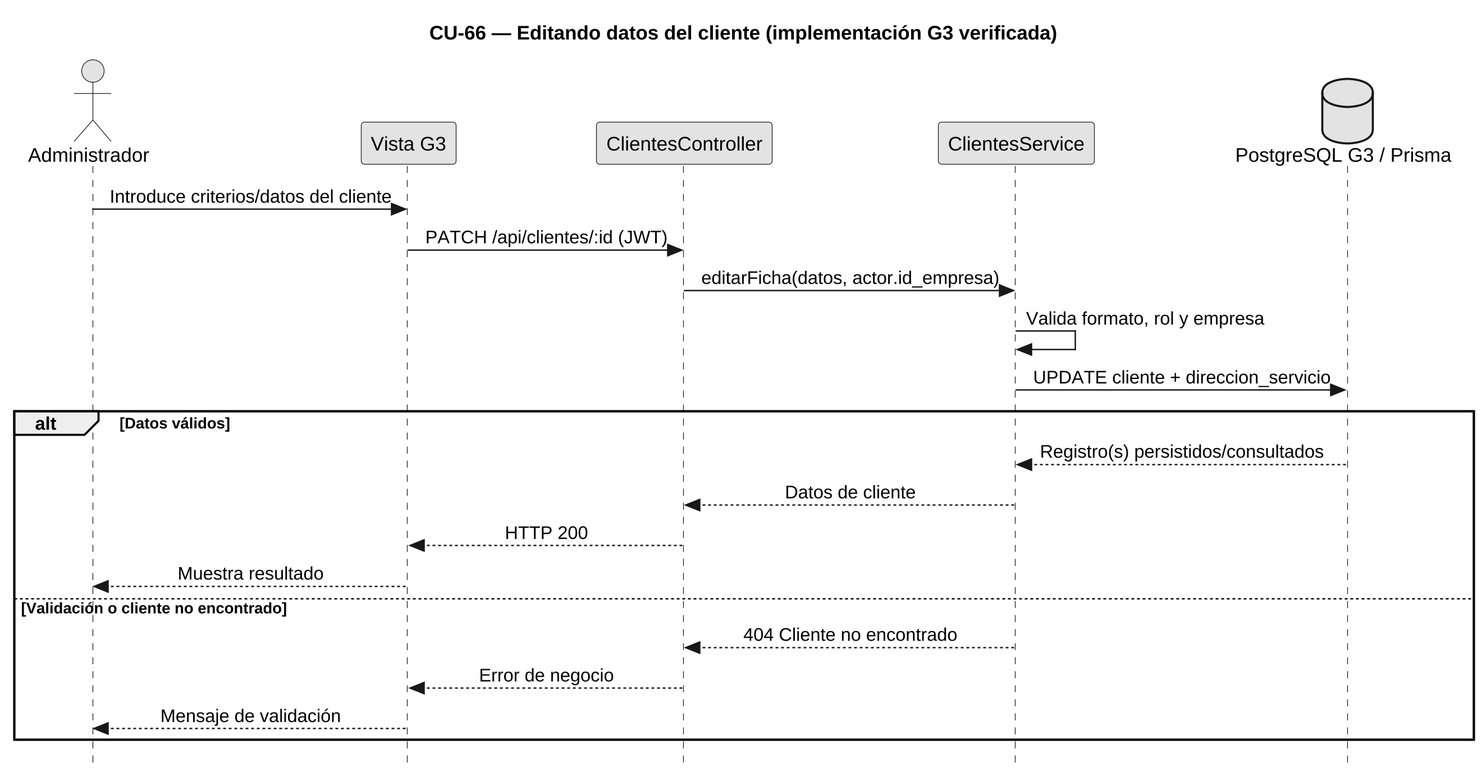
Above: diagramas/incremento3/CU66-g3-secuencia.png in FSM-Finet-y-Cable-Magico/Team_1-Inventario-y-Bodega (PlantUML), before the change. Source of this version:
```plantuml
@startuml
skinparamlocked dpi 240
skinparamlocked defaultFontName Liberation Sans
skinparam sequenceDividerBorderThickness 0.6
skinparam sequenceDividerBorderColor 888888
skinparam sequenceDividerBackgroundColor white
skinparam sequenceDividerFontStyle italic
skinparam sequenceDividerFontColor 444444
skinparam sequenceDividerShadowing false
skinparam style strictuml
skinparam monochrome true
skinparam shadowing false
skinparam sequenceMessageAlign center
hide footbox
title CU-66 — Editando datos del cliente (implementación G3 verificada)
actor Administrador
participant "Vista G3" as V
participant "ClientesController" as C
participant "ClientesService" as S
database "PostgreSQL G3 / Prisma" as DB
Administrador -> V : Introduce criterios/datos del cliente
V -> C : PATCH /api/clientes/:id (JWT)
C -> S : editarFicha(datos, actor.id_empresa)
S -> S : Valida formato, rol y empresa
S -> DB : UPDATE cliente + direccion_servicio
alt Datos válidos
DB --> S : Registro(s) persistidos/consultados
S --> C : Datos de cliente
C --> V : HTTP 200
V --> Administrador : Muestra resultado
else Validación o cliente no encontrado
S --> C : 404 Cliente no encontrado
C --> V : Error de negocio
V --> Administrador : Mensaje de validación
end
@enduml
```
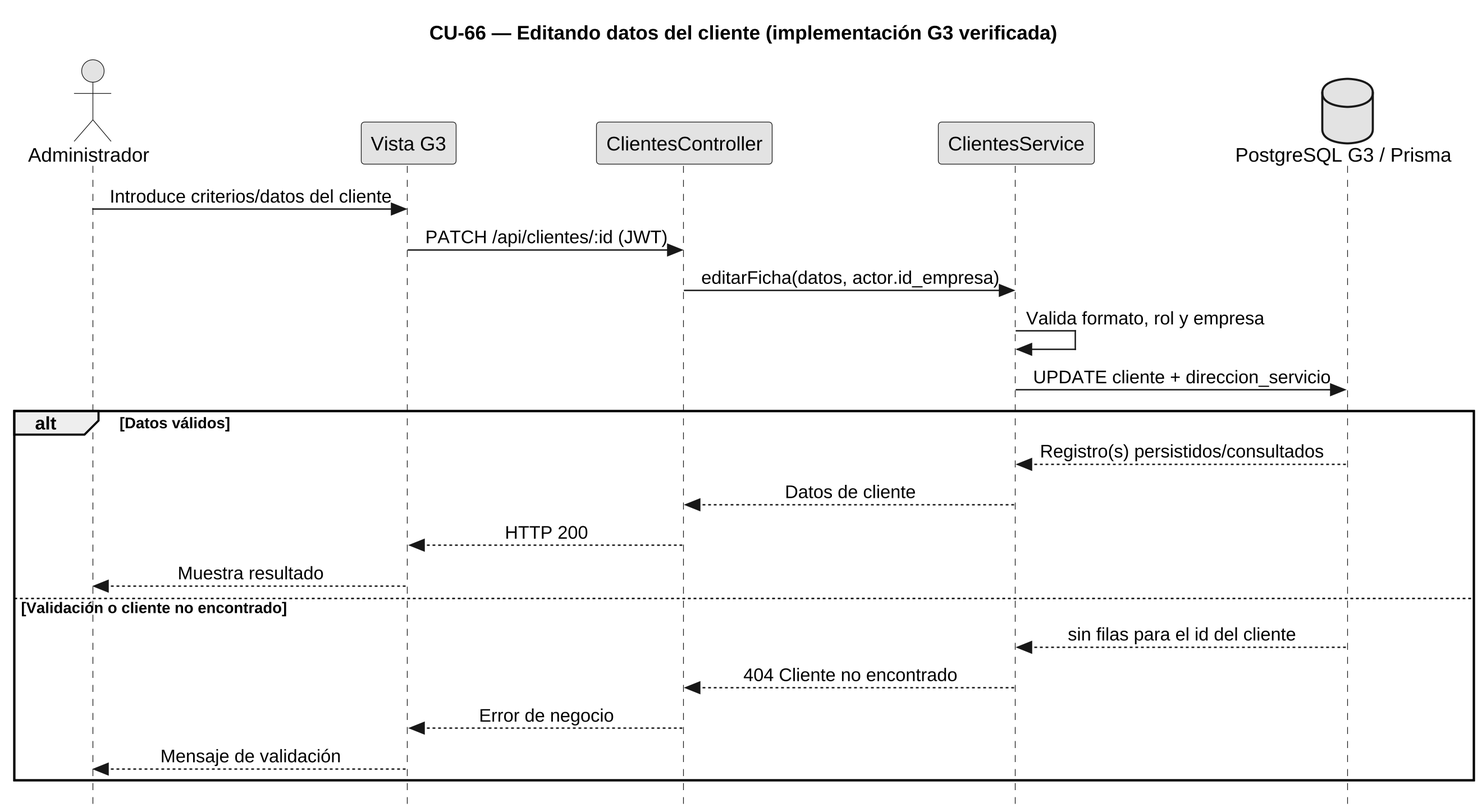
The same file after the commit.

What changed in the source:
```diff
@@ -29,6 +29,7 @@
 C --> V : HTTP 200
 V --> Administrador : Muestra resultado
 else Validación o cliente no encontrado
+DB --> S : sin filas para el id del cliente
 S --> C : 404 Cliente no encontrado
 C --> V : Error de negocio
 V --> Administrador : Mensaje de validación
```
